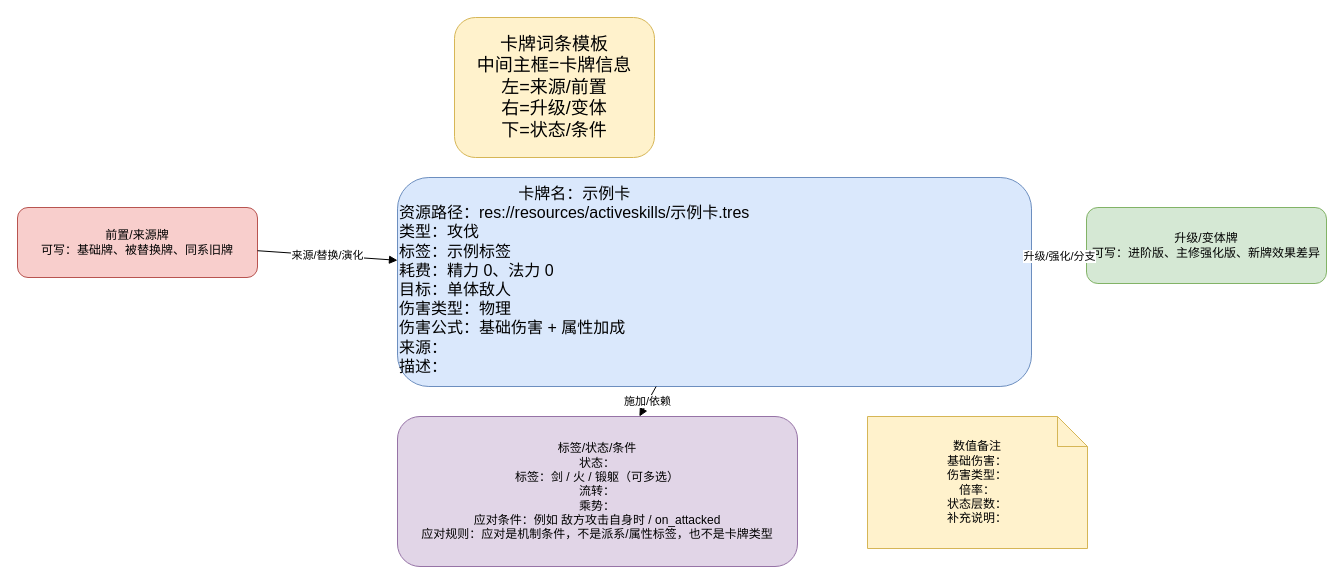
Above: docs/卡牌词典/_卡牌模板.drawio in ankundanetracyc-spec/tian-guan-you-du (draw.io), before the change. Source tidied: cells renumbered, new cells numbered last; positions are measured from the earlier drawing's top-left corner, leaving out a move shared by most shapes. Both pictures are drawn from the tidied source at 100%, with x=0, y=0 at pixel (17, 17).
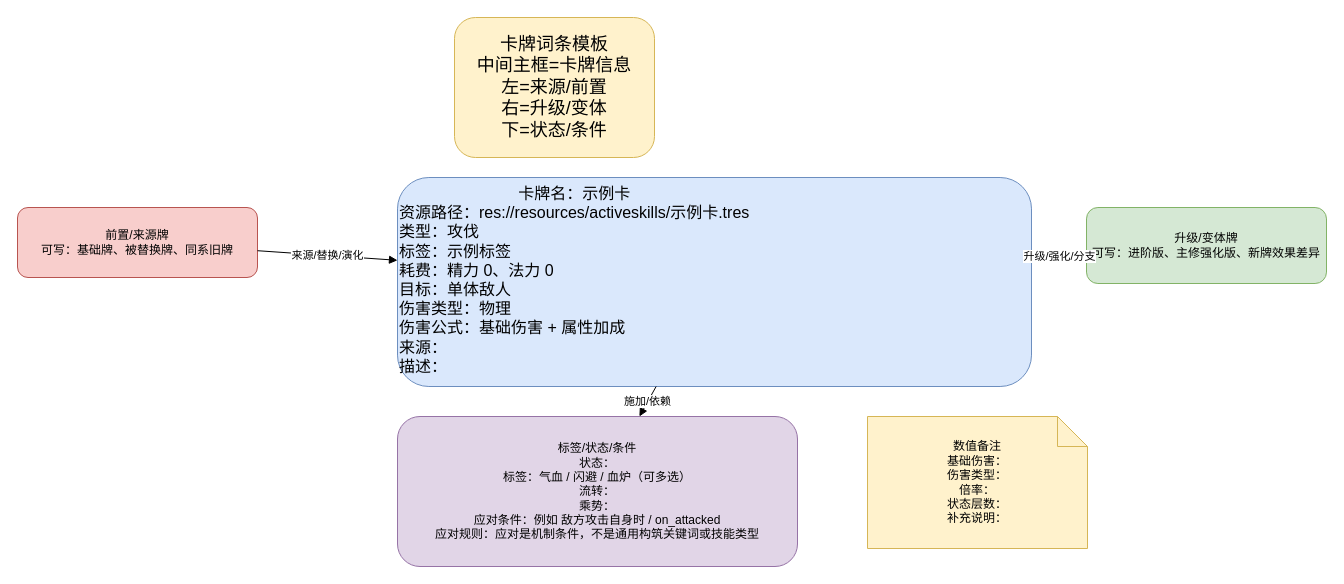
After the change.

Diff of the diagram source:
```diff
@@
 <mxGraphModel>
   <root>
     <mxCell id="0" />
     <mxCell id="1" parent="0" />
     <mxCell id="2" value="卡牌词条模板&#10;中间主框=卡牌信息&#10;左=来源/前置&#10;右=升级/变体&#10;下=状态/条件" style="rounded=1;whiteSpace=wrap;html=1;fillColor=#fff2cc;strokeColor=#d6b656;fontSize=18;" parent="1" vertex="1">
       <mxGeometry x="437" width="200" height="140" as="geometry" />
     </mxCell>
     <mxCell id="3" value="&lt;div style=&quot;text-align:center;&quot;&gt;卡牌名：示例卡&lt;/div&gt;&lt;div style=&quot;text-align:left;&quot;&gt;资源路径：res://resources/activeskills/示例卡.tres&lt;br&gt;类型：攻伐&lt;br&gt;标签：示例标签&lt;br&gt;耗费：精力 0、法力 0&lt;br&gt;目标：单体敌人&lt;br&gt;伤害类型：物理&lt;br&gt;伤害公式：基础伤害 + 属性加成&lt;br&gt;来源：&lt;br&gt;描述：&lt;/div&gt;" style="rounded=1;whiteSpace=wrap;html=1;fillColor=#dae8fc;strokeColor=#6c8ebf;fontSize=16;align=left;verticalAlign=top;" parent="1" vertex="1">
       <mxGeometry x="380" y="160" width="634" height="209" as="geometry" />
     </mxCell>
     <mxCell id="4" value="前置/来源牌&#10;可写：基础牌、被替换牌、同系旧牌" style="rounded=1;whiteSpace=wrap;html=1;fillColor=#f8cecc;strokeColor=#b85450;" parent="1" vertex="1">
       <mxGeometry y="190" width="240" height="70" as="geometry" />
     </mxCell>
     <mxCell id="5" value="升级/变体牌&#10;可写：进阶版、主修强化版、新牌效果差异" style="rounded=1;whiteSpace=wrap;html=1;fillColor=#d5e8d4;strokeColor=#82b366;" parent="1" vertex="1">
       <mxGeometry x="1069" y="190" width="240" height="76" as="geometry" />
     </mxCell>
-    <mxCell id="6" value="标签/状态/条件&#10;状态：&#10;标签：剑 / 火 / 锻躯（可多选）&#10;流转：&#10;乘势：&#10;应对条件：例如 敌方攻击自身时 / on_attacked&#10;应对规则：应对是机制条件，不是派系/属性标签，也不是卡牌类型" style="rounded=1;whiteSpace=wrap;html=1;fillColor=#e1d5e7;strokeColor=#9673a6;" parent="1" vertex="1">
+    <mxCell id="6" value="标签/状态/条件&#10;状态：&#10;标签：气血 / 闪避 / 血炉（可多选）&#10;流转：&#10;乘势：&#10;应对条件：例如 敌方攻击自身时 / on_attacked&#10;应对规则：应对是机制条件，不是通用构筑关键词或技能类型" style="rounded=1;whiteSpace=wrap;html=1;fillColor=#e1d5e7;strokeColor=#9673a6;" parent="1" vertex="1">
       <mxGeometry x="380" y="399" width="400" height="150" as="geometry" />
     </mxCell>
     <mxCell id="7" value="数值备注&#10;基础伤害：&#10;伤害类型：&#10;倍率：&#10;状态层数：&#10;补充说明：" style="shape=note;whiteSpace=wrap;html=1;fillColor=#fff2cc;strokeColor=#d6b656;" parent="1" vertex="1">
       <mxGeometry x="850" y="399" width="220" height="132" as="geometry" />
     </mxCell>
     <mxCell id="8" value="来源/替换/演化" style="endArrow=block;html=1;rounded=0;" parent="1" edge="1" source="4" target="3">
       <mxGeometry relative="1" as="geometry" />
     </mxCell>
     <mxCell id="9" value="升级/强化/分支" style="endArrow=block;html=1;rounded=0;" parent="1" edge="1" source="3" target="5">
       <mxGeometry relative="1" as="geometry" />
     </mxCell>
     <mxCell id="10" value="施加/依赖" style="endArrow=block;html=1;rounded=0;" parent="1" edge="1" source="3" target="6">
       <mxGeometry relative="1" as="geometry" />
     </mxCell>
   </root>
 </mxGraphModel>
```
